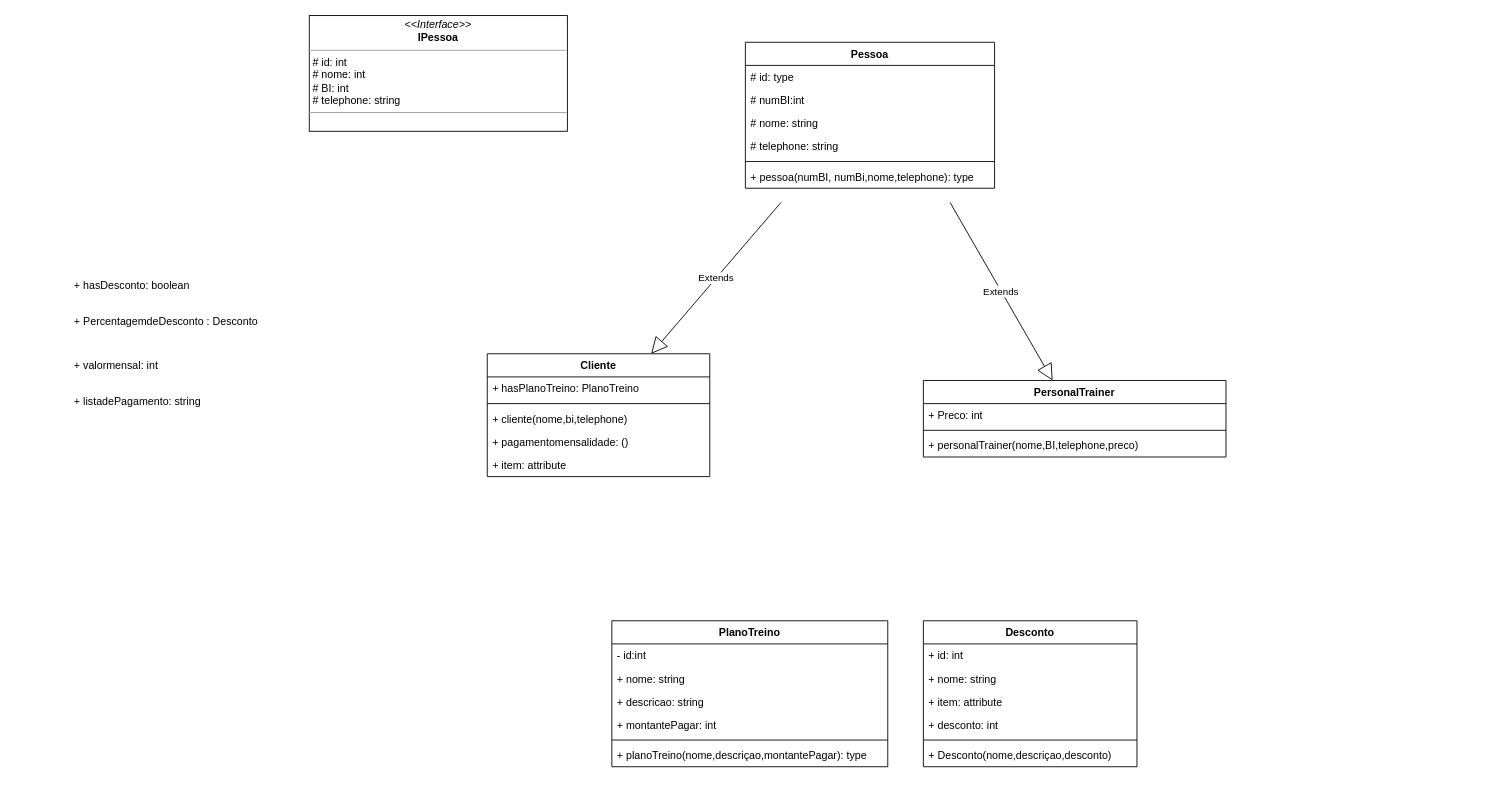
Above: page "Class" (2 of 2) of diagrams/UCase.drawio in bosshentai/ginasio (draw.io), before the change. Source tidied: cells renumbered, new cells numbered last; positions are measured from the earlier drawing's top-left corner, leaving out a move shared by most shapes. Both pictures are drawn from the tidied source at 89%, with x=0, y=0 at pixel (69, 15).
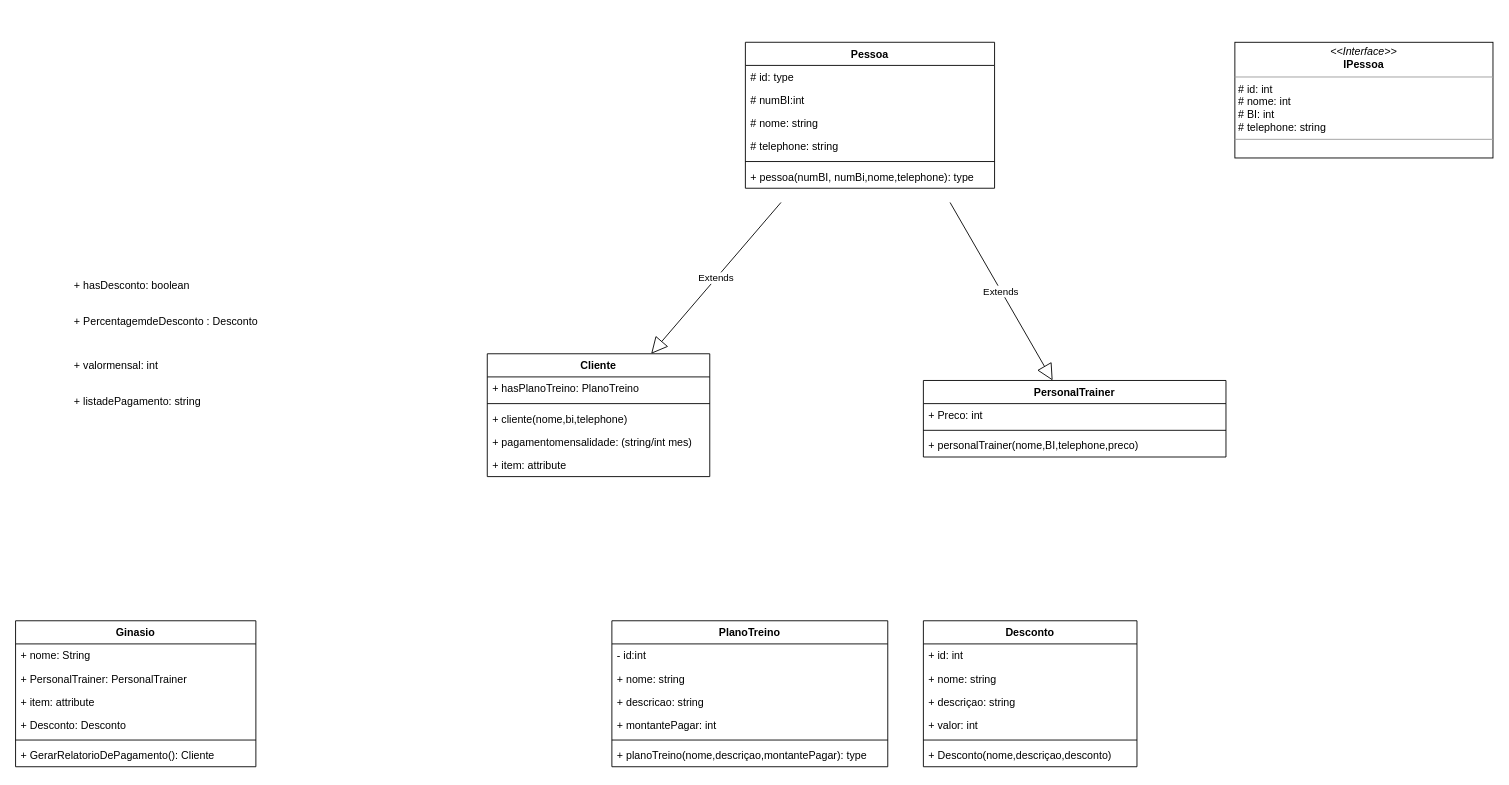
After the change.

Commit message:
add class ginasio

The change refers to these unchanged cells:
```xml
<mxCell id="3" value="Cliente" style="swimlane;fontStyle=1;align=center;verticalAlign=top;horizontal=1;startSize=26;" parent="1" vertex="1">
  <mxGeometry x="470" y="380" width="250" height="138" as="geometry" />
</mxCell>
<mxCell id="22" value="Desconto" style="swimlane;fontStyle=1;align=center;verticalAlign=top;horizontal=1;startSize=26;" parent="1" vertex="1">
  <mxGeometry x="960" y="680" width="240" height="164" as="geometry" />
</mxCell>
```

The edit, as a diff of the source:
```diff
@@
     <mxCell id="2" value="&lt;p style=&quot;margin: 0px ; margin-top: 4px ; text-align: center&quot;&gt;&lt;i&gt;&amp;lt;&amp;lt;Interface&amp;gt;&amp;gt;&lt;/i&gt;&lt;br&gt;&lt;b&gt;IPessoa&lt;/b&gt;&lt;/p&gt;&lt;hr size=&quot;1&quot;&gt;&lt;p style=&quot;margin: 0px ; margin-left: 4px&quot;&gt;# id: int&lt;br&gt;# nome: int&lt;/p&gt;&lt;p style=&quot;margin: 0px ; margin-left: 4px&quot;&gt;# BI: int&lt;/p&gt;&lt;p style=&quot;margin: 0px ; margin-left: 4px&quot;&gt;# telephone: string&lt;/p&gt;&lt;hr size=&quot;1&quot;&gt;&lt;p style=&quot;margin: 0px ; margin-left: 4px&quot;&gt;&lt;br&gt;&lt;/p&gt;" style="verticalAlign=top;align=left;overflow=fill;fontSize=12;fontFamily=Helvetica;html=1;" parent="1" vertex="1">
-      <mxGeometry x="270" width="290" height="130" as="geometry" />
+      <mxGeometry x="1310" y="30" width="290" height="130" as="geometry" />
     </mxCell>
@@
-    <mxCell id="7" value="+ pagamentomensalidade: ()" style="text;strokeColor=none;fillColor=none;align=left;verticalAlign=top;spacingLeft=4;spacingRight=4;overflow=hidden;" parent="3" vertex="1">
+    <mxCell id="7" value="+ pagamentomensalidade: (string/int mes)" style="text;strokeColor=none;fillColor=none;align=left;verticalAlign=top;spacingLeft=4;spacingRight=4;overflow=hidden;" parent="3" vertex="1">
       <mxGeometry y="86" width="250" height="26" as="geometry" />
     </mxCell>
@@
-    <mxCell id="25" value="+ item: attribute" style="text;strokeColor=none;fillColor=none;align=left;verticalAlign=top;spacingLeft=4;spacingRight=4;overflow=hidden;" parent="22" vertex="1">
+    <mxCell id="25" value="+ descriçao: string" style="text;strokeColor=none;fillColor=none;align=left;verticalAlign=top;spacingLeft=4;spacingRight=4;overflow=hidden;" parent="22" vertex="1">
       <mxGeometry y="78" width="240" height="26" as="geometry" />
     </mxCell>
-    <mxCell id="26" value="+ desconto: int" style="text;strokeColor=none;fillColor=none;align=left;verticalAlign=top;spacingLeft=4;spacingRight=4;overflow=hidden;" parent="22" vertex="1">
+    <mxCell id="26" value="+ valor: int" style="text;strokeColor=none;fillColor=none;align=left;verticalAlign=top;spacingLeft=4;spacingRight=4;overflow=hidden;" parent="22" vertex="1">
       <mxGeometry y="104" width="240" height="26" as="geometry" />
     </mxCell>
@@
+    <mxCell id="40" value="Ginasio" style="swimlane;fontStyle=1;align=center;verticalAlign=top;horizontal=1;startSize=26;" parent="1" vertex="1">
+      <mxGeometry x="-60" y="680" width="270" height="164" as="geometry" />
+    </mxCell>
+    <mxCell id="41" value="+ nome: String" style="text;strokeColor=none;fillColor=none;align=left;verticalAlign=top;spacingLeft=4;spacingRight=4;overflow=hidden;" parent="40" vertex="1">
+      <mxGeometry y="26" width="270" height="26" as="geometry" />
+    </mxCell>
+    <mxCell id="42" value="+ PersonalTrainer: PersonalTrainer" style="text;strokeColor=none;fillColor=none;align=left;verticalAlign=top;spacingLeft=4;spacingRight=4;overflow=hidden;" parent="40" vertex="1">
+      <mxGeometry y="52" width="270" height="26" as="geometry" />
+    </mxCell>
+    <mxCell id="43" value="+ item: attribute" style="text;strokeColor=none;fillColor=none;align=left;verticalAlign=top;spacingLeft=4;spacingRight=4;overflow=hidden;" parent="40" vertex="1">
+      <mxGeometry y="78" width="270" height="26" as="geometry" />
+    </mxCell>
+    <mxCell id="44" value="+ Desconto: Desconto" style="text;strokeColor=none;fillColor=none;align=left;verticalAlign=top;spacingLeft=4;spacingRight=4;overflow=hidden;" parent="40" vertex="1">
+      <mxGeometry y="104" width="270" height="26" as="geometry" />
+    </mxCell>
+    <mxCell id="45" style="line;strokeWidth=1;fillColor=none;align=left;verticalAlign=middle;spacingTop=-1;spacingLeft=3;spacingRight=3;labelPosition=right;" parent="40" vertex="1">
+      <mxGeometry y="130" width="270" height="8" as="geometry" />
+    </mxCell>
+    <mxCell id="46" value="+ GerarRelatorioDePagamento(): Cliente " style="text;strokeColor=none;fillColor=none;align=left;verticalAlign=top;spacingLeft=4;spacingRight=4;overflow=hidden;" parent="40" vertex="1">
+      <mxGeometry y="138" width="270" height="26" as="geometry" />
+    </mxCell>
```
